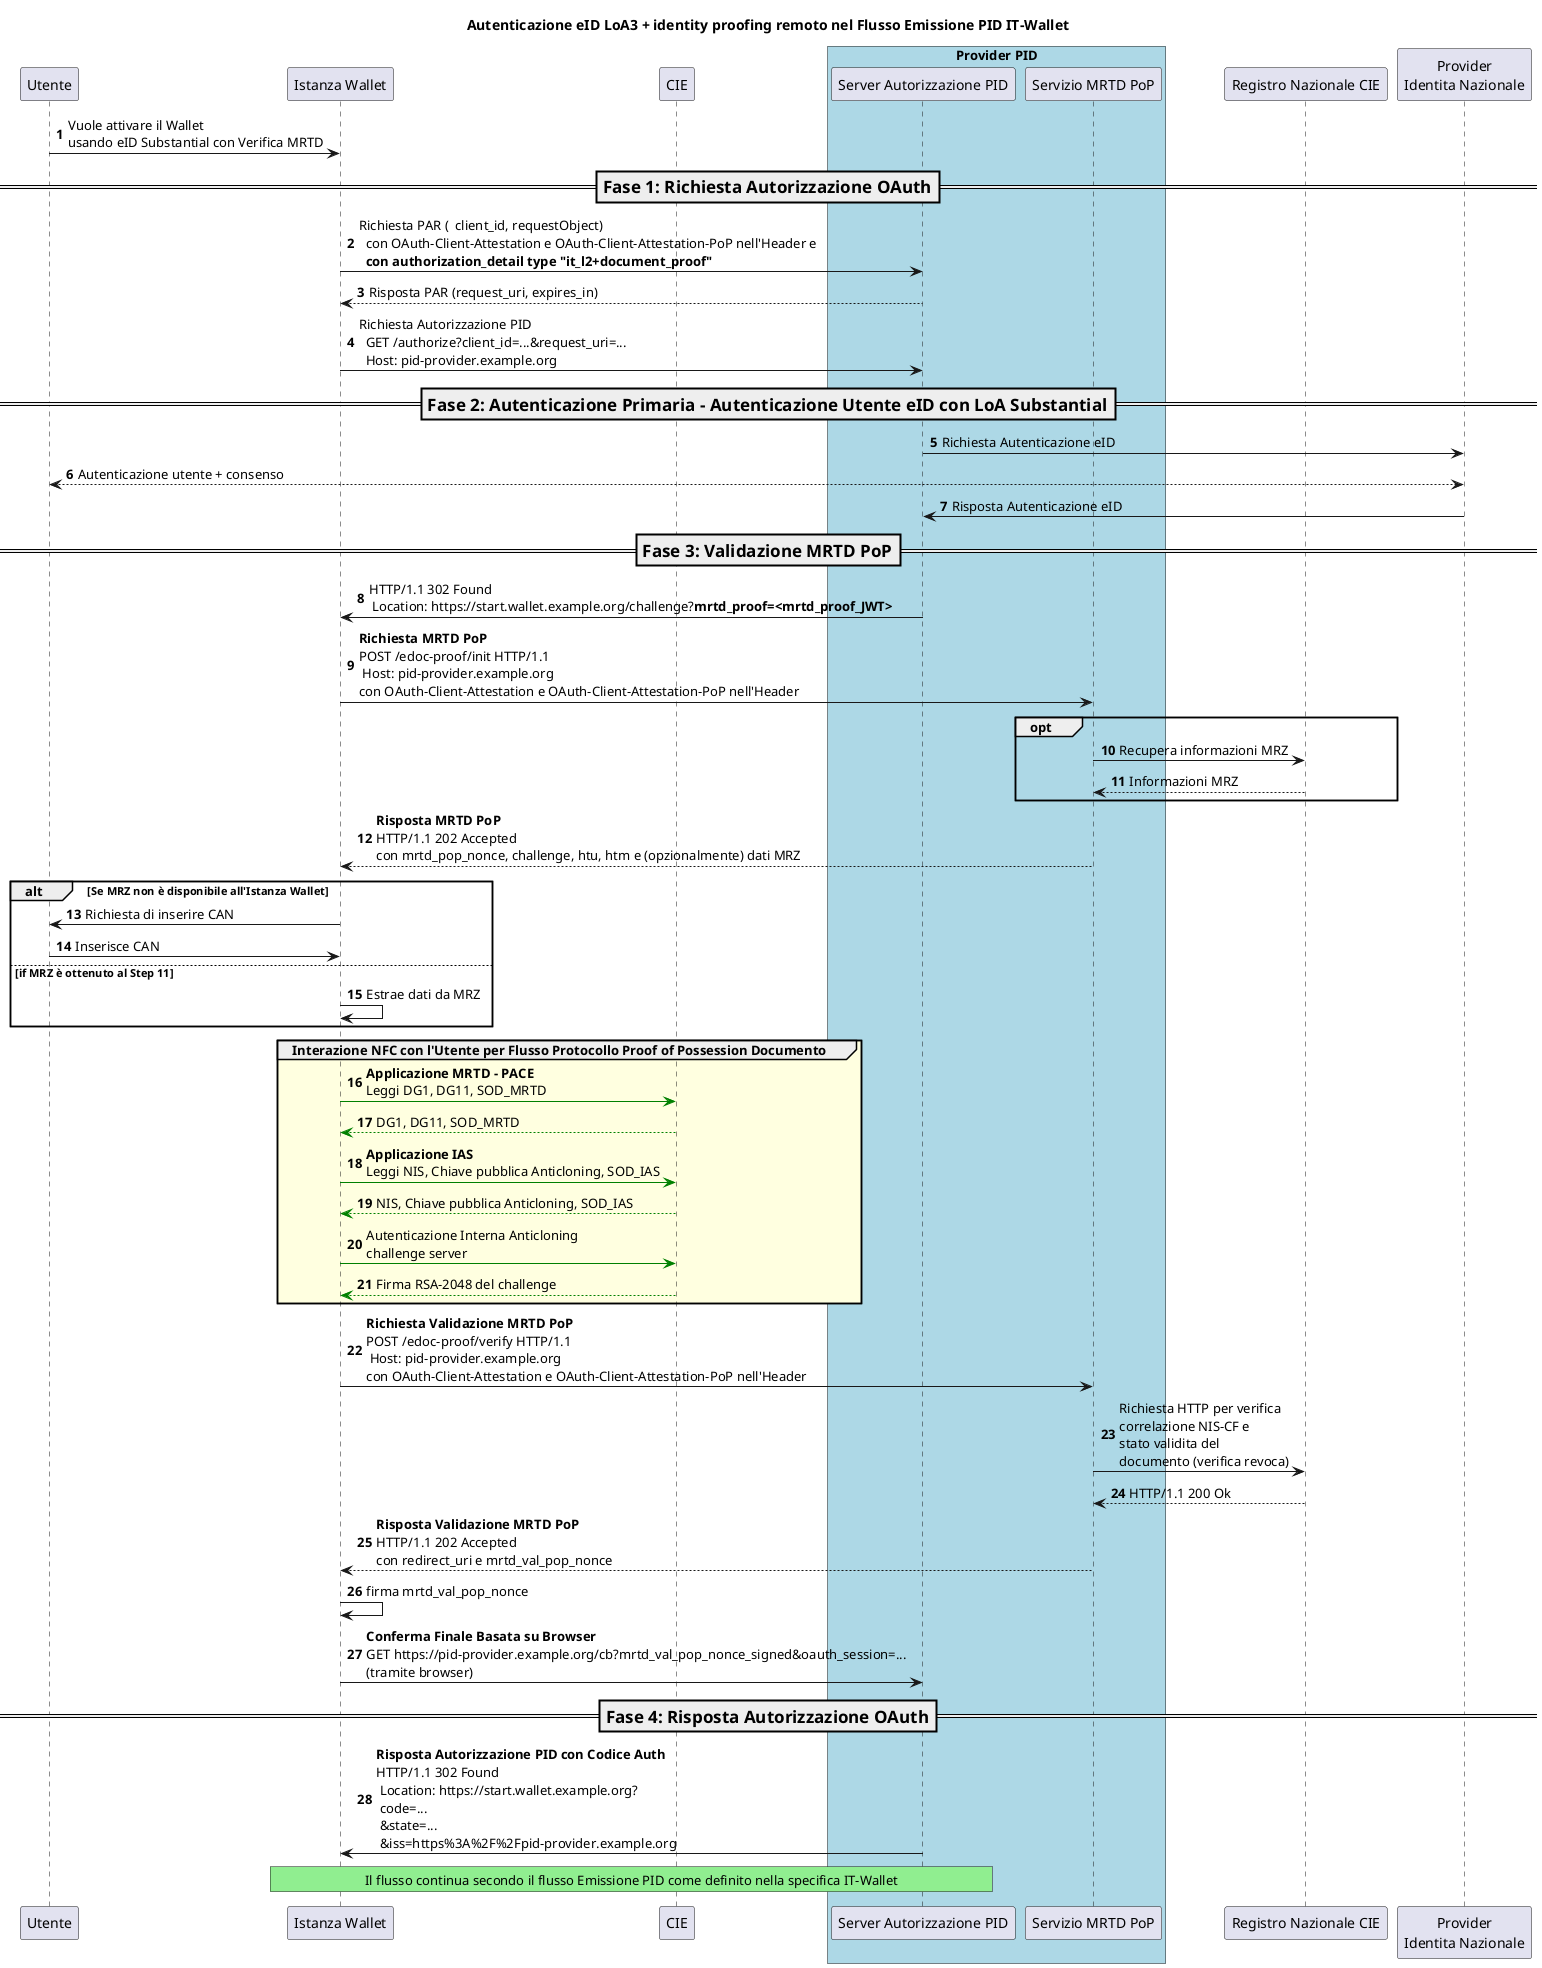
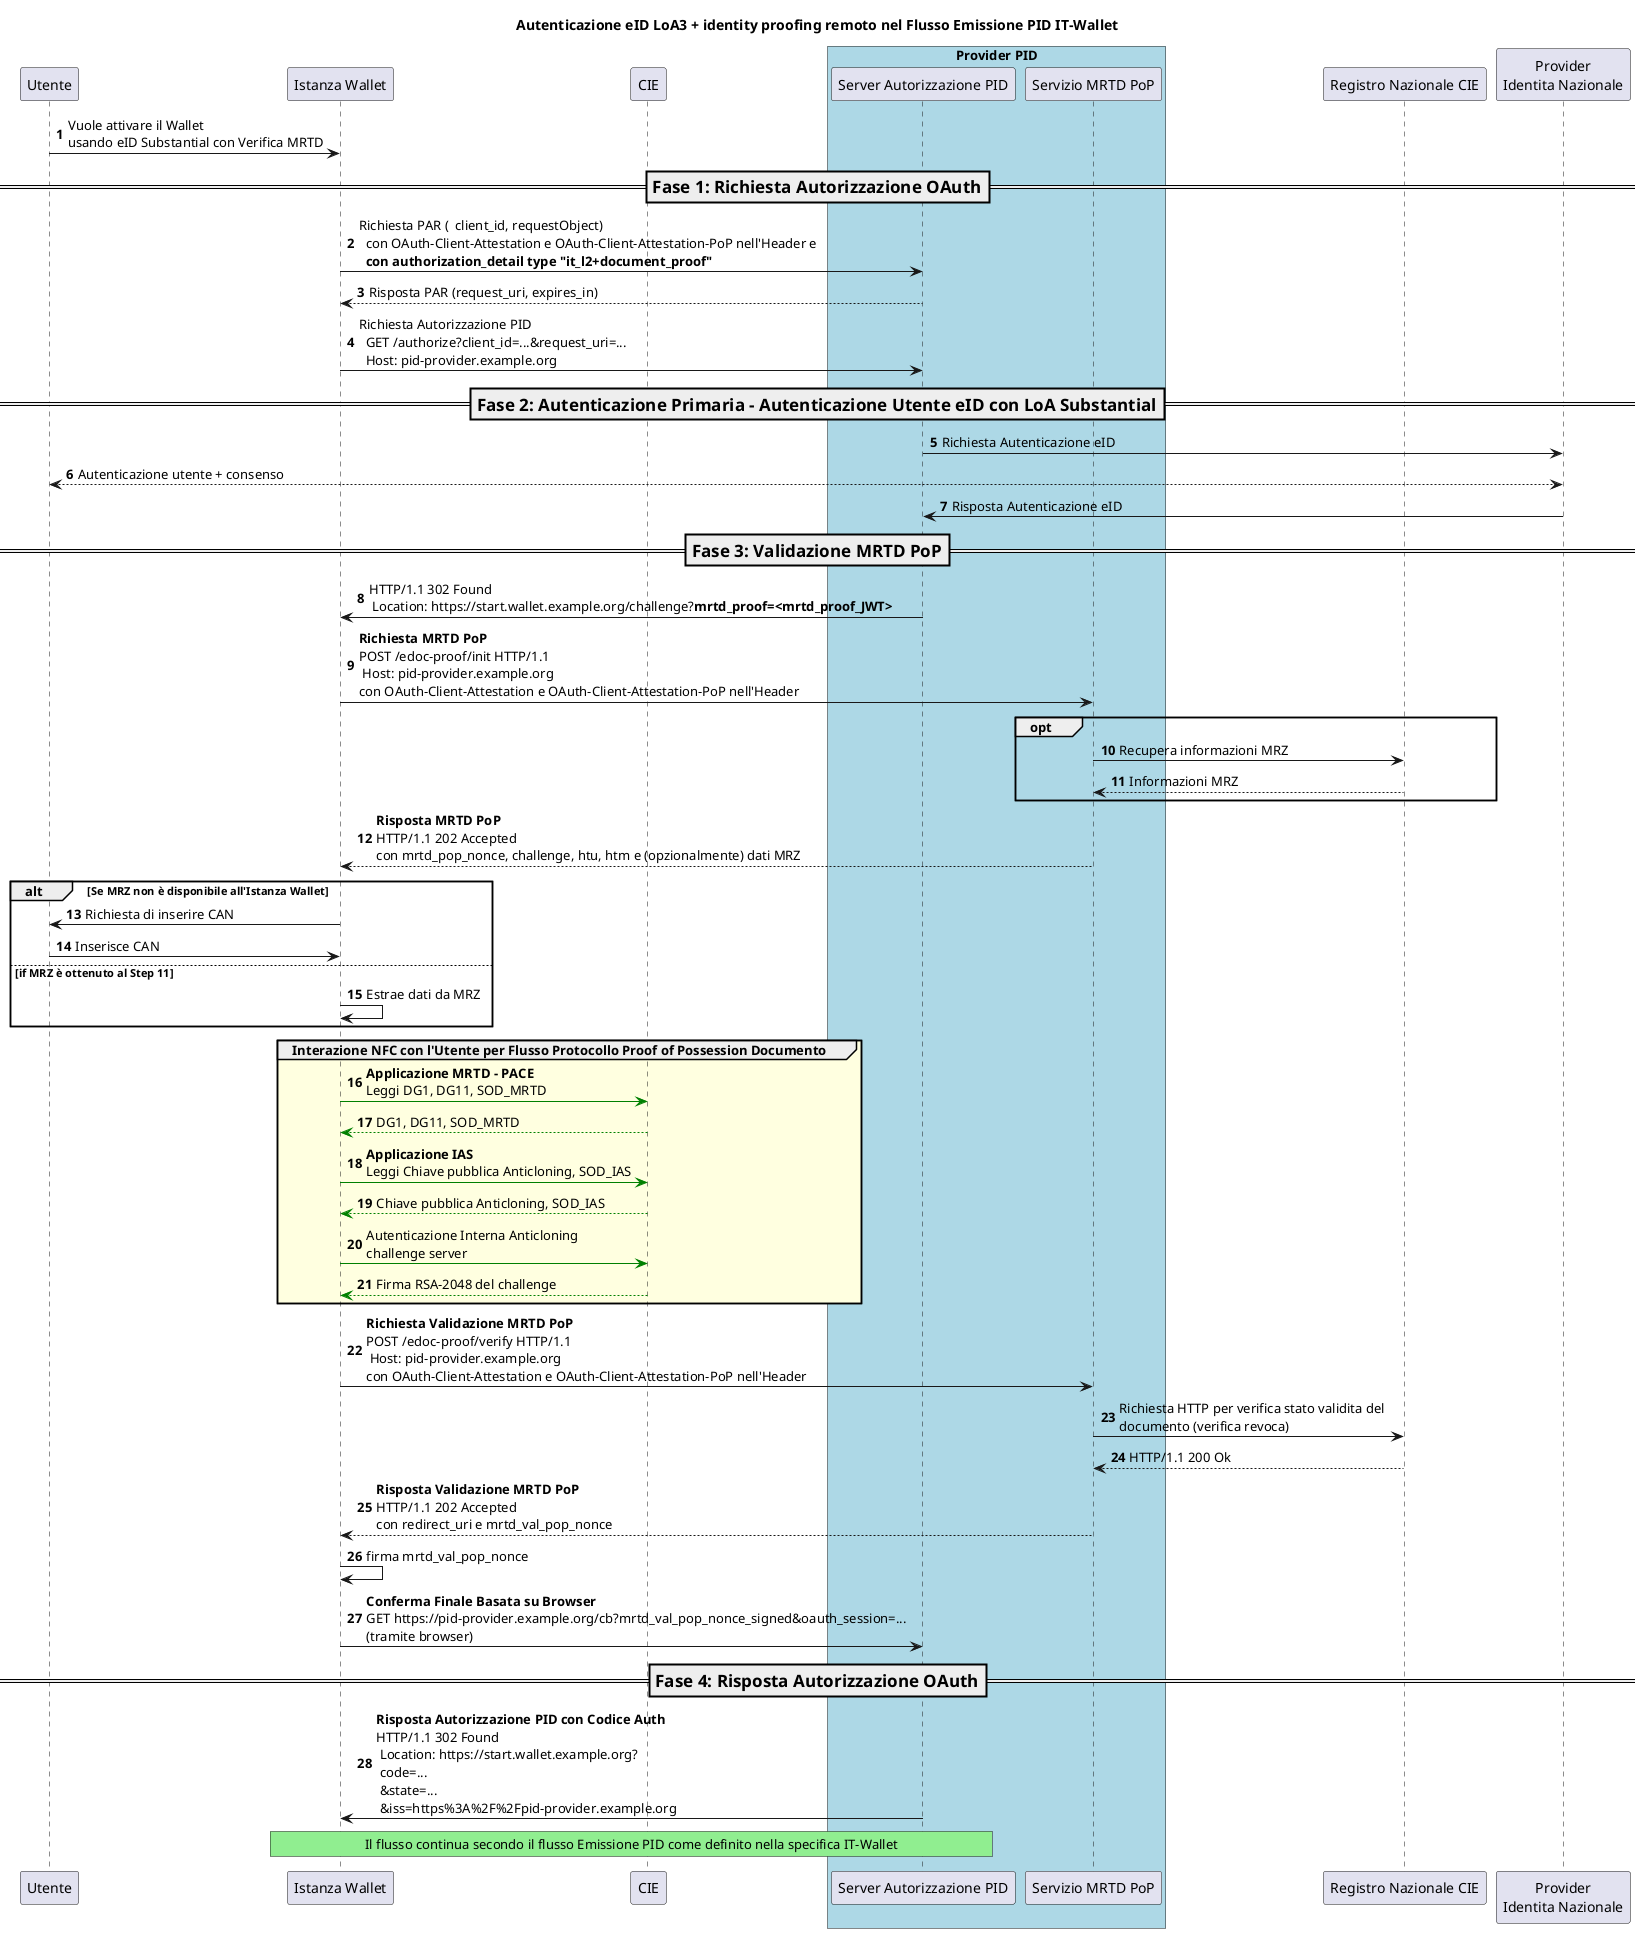
@startuml
'!theme cerulean-outline
autonumber
participant "Utente" as U
participant "Istanza Wallet" as A
participant "CIE" as C
box  "Provider PID" #LightBlue
participant "Server Autorizzazione PID" as AS
participant "Servizio MRTD PoP" as DPOPS
end box
participant "Registro Nazionale CIE" as MIN
participant "Provider\nIdentita Nazionale" as IDP


title Autenticazione eID LoA3 + identity proofing remoto nel Flusso Emissione PID IT-Wallet

U -> A: Vuole attivare il Wallet \nusando eID Substantial con Verifica MRTD

=== Fase 1: Richiesta Autorizzazione OAuth ==
A -> AS : Richiesta PAR (  client_id, requestObject) \n  con OAuth-Client-Attestation e OAuth-Client-Attestation-PoP nell'Header e\n  **con authorization_detail type "it_l2+document_proof"**

AS --> A : Risposta PAR (request_uri, expires_in)
A -> AS: Richiesta Autorizzazione PID \n  GET /authorize?client_id=...&request_uri=...\n  Host: pid-provider.example.org

=== Fase 2: Autenticazione Primaria - Autenticazione Utente eID con LoA Substantial ==
AS -> IDP: Richiesta Autenticazione eID
IDP <--> U: Autenticazione utente + consenso
IDP -> AS: Risposta Autenticazione eID

=== Fase 3: Validazione MRTD PoP ==
AS -> A: HTTP/1.1 302 Found\n Location: https://start.wallet.example.org/challenge?**mrtd_proof=<mrtd_proof_JWT>**

A -> DPOPS: **Richiesta MRTD PoP**\nPOST /edoc-proof/init HTTP/1.1\n Host: pid-provider.example.org\ncon OAuth-Client-Attestation e OAuth-Client-Attestation-PoP nell'Header

opt
    DPOPS -> MIN:  Recupera informazioni MRZ
    MIN --> DPOPS: Informazioni MRZ
end

DPOPS --> A: **Risposta MRTD PoP**\nHTTP/1.1 202 Accepted\ncon mrtd_pop_nonce, challenge, htu, htm e (opzionalmente) dati MRZ

alt Se MRZ non è disponibile all'Istanza Wallet
    A -> U: Richiesta di inserire CAN
    U -> A: Inserisce CAN
else if MRZ è ottenuto al Step 11
    A -> A: Estrae dati da MRZ
end

group #LightYellow Interazione NFC con l'Utente per Flusso Protocollo Proof of Possession Documento
    A -[#green]> C : **Applicazione MRTD - PACE**\nLeggi DG1, DG11, SOD_MRTD
    C --[#green]> A : DG1, DG11, SOD_MRTD

-     A -[#green]> C : **Applicazione IAS**\nLeggi NIS, Chiave pubblica Anticloning, SOD_IAS
-     C --[#green]> A : NIS, Chiave pubblica Anticloning, SOD_IAS
+     A -[#green]> C : **Applicazione IAS**\nLeggi Chiave pubblica Anticloning, SOD_IAS
+     C --[#green]> A : Chiave pubblica Anticloning, SOD_IAS
    A -[#green]> C: Autenticazione Interna Anticloning\nchallenge server
    C --[#green]> A : Firma RSA-2048 del challenge
end

A -> DPOPS: **Richiesta Validazione MRTD PoP**\nPOST /edoc-proof/verify HTTP/1.1\n Host: pid-provider.example.org\ncon OAuth-Client-Attestation e OAuth-Client-Attestation-PoP nell'Header

- DPOPS -> MIN: Richiesta HTTP per verifica \ncorrelazione NIS-CF e\nstato validita del \ndocumento (verifica revoca)
+ DPOPS -> MIN: Richiesta HTTP per verifica stato validita del \ndocumento (verifica revoca)

MIN --> DPOPS: HTTP/1.1 200 Ok

DPOPS --> A: **Risposta Validazione MRTD PoP**\nHTTP/1.1 202 Accepted\ncon redirect_uri e mrtd_val_pop_nonce

A -> A: firma mrtd_val_pop_nonce

A -> AS: **Conferma Finale Basata su Browser**\nGET https://pid-provider.example.org/cb?mrtd_val_pop_nonce_signed&oauth_session=...\n(tramite browser)

=== Fase 4: Risposta Autorizzazione OAuth ==
AS -> A: **Risposta Autorizzazione PID con Codice Auth**\nHTTP/1.1 302 Found\n Location: https://start.wallet.example.org?\n code=...\n &state=...\n &iss=https%3A%2F%2Fpid-provider.example.org

rnote over A,AS #LIGHTGREEN
Il flusso continua secondo il flusso Emissione PID come definito nella specifica IT-Wallet
endrnote
@enduml